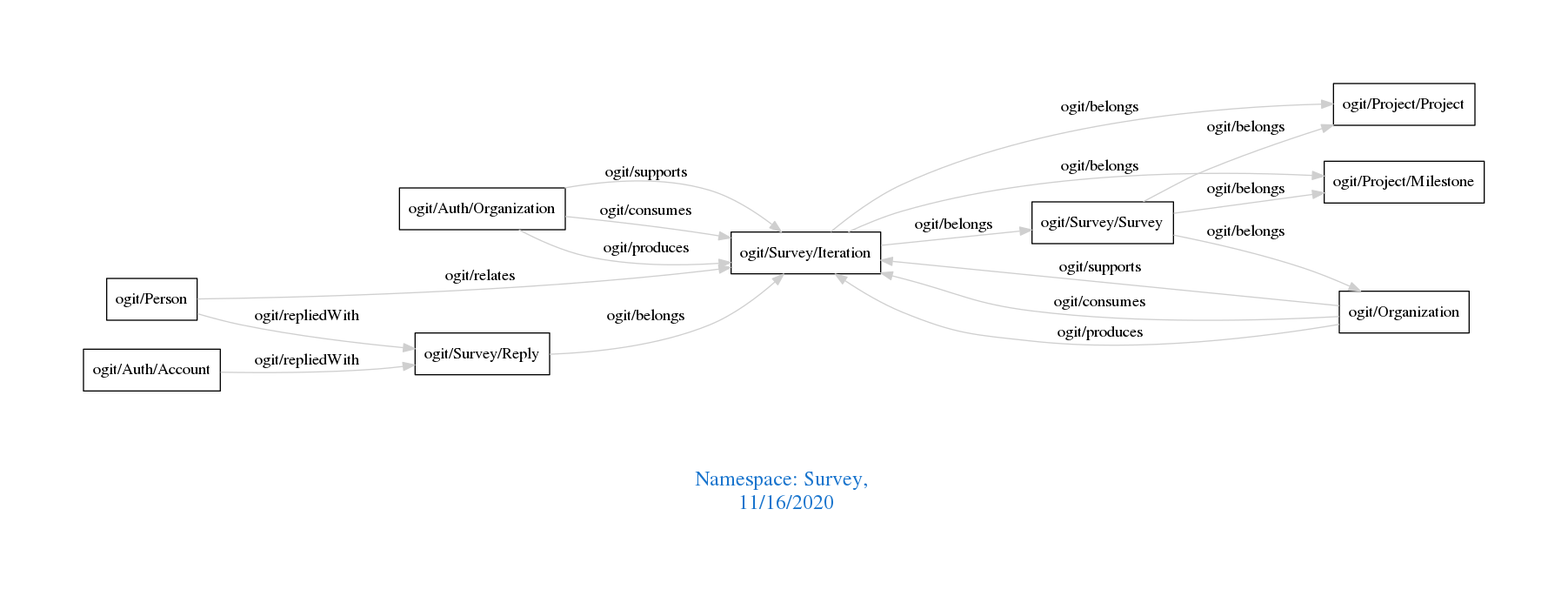
Before: downloads/Survey.png, a diagram exported from Graphviz (arago/OGIT). Its source is kept beside it as downloads/Survey.dot.
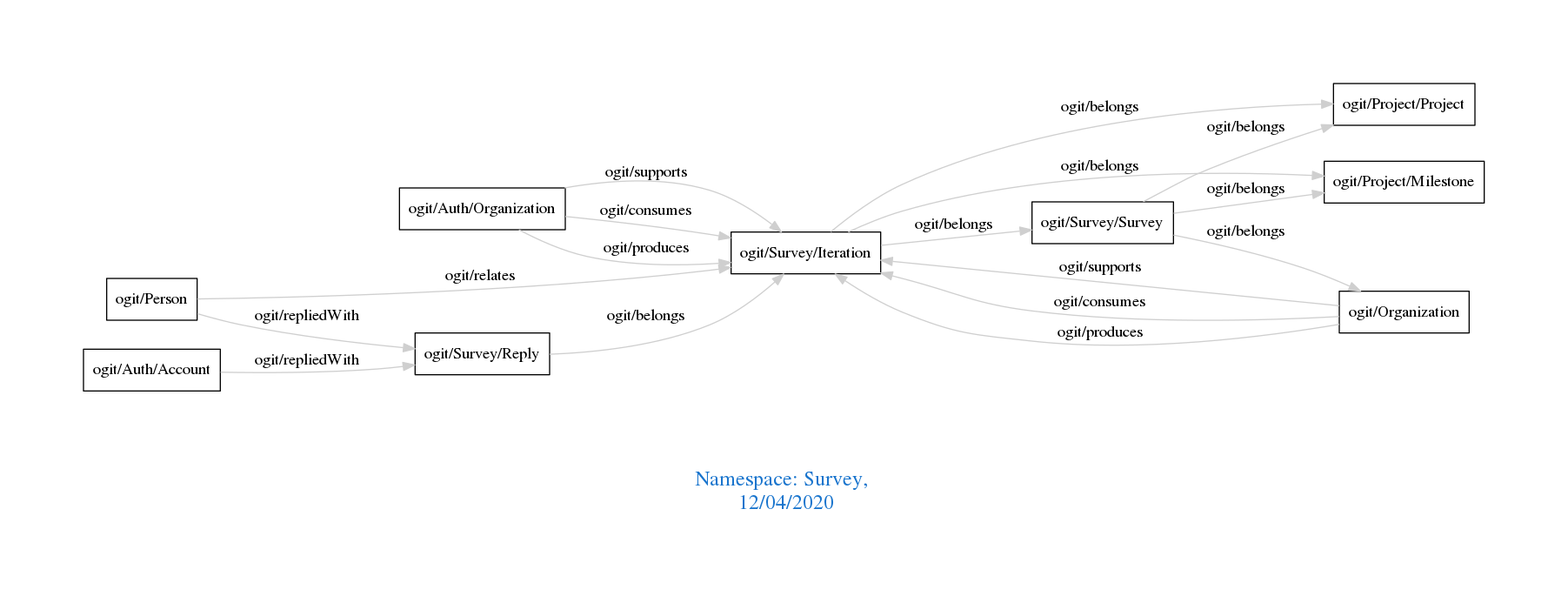
Later version of the same file.

The edit, as a diff of the source:
```diff
@@ -1,7 +1,7 @@
 digraph OGIT_ontology {
  graph [ rankdir= LR,pad=1
 fontsize = 18,
-fontcolor= dodgerblue3,label = "\n\n\nNamespace: Survey, \n 11/16/2020"];
+fontcolor= dodgerblue3,label = "\n\n\nNamespace: Survey, \n 12/04/2020"];
 node[shape=polygon];
 edge [  color="gray81"];
 
```
